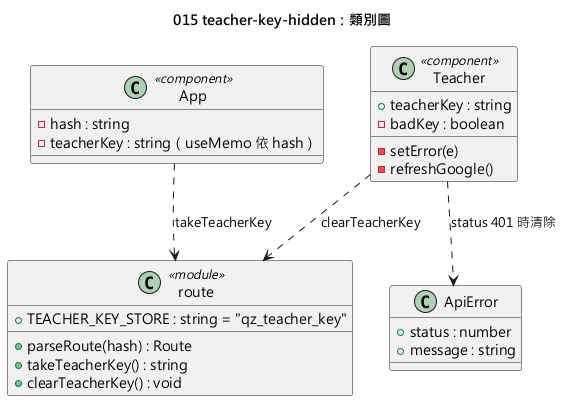
Earlier version of the PlantUML export diagrams/015-teacher-key-hidden-class.png (yue083139/software_fin-speckit). Source of this version:
```plantuml
@startuml 015-teacher-key-hidden-class
skinparamlocked defaultFontName Microsoft JhengHei
title 015 teacher-key-hidden：類別圖

class route <<module>> {
  +TEACHER_KEY_STORE : string = "qz_teacher_key"
  +parseRoute(hash) : Route
  +takeTeacherKey() : string
  +clearTeacherKey() : void
}
class App <<component>> {
  -hash : string
  -teacherKey : string（useMemo 依 hash）
}
class Teacher <<component>> {
  +teacherKey : string
  -badKey : boolean
  -setError(e)
  -refreshGoogle()
}
class ApiError {
  +status : number
  +message : string
}
App ..> route : takeTeacherKey
Teacher ..> route : clearTeacherKey
Teacher ..> ApiError : status 401 時清除
@enduml
```
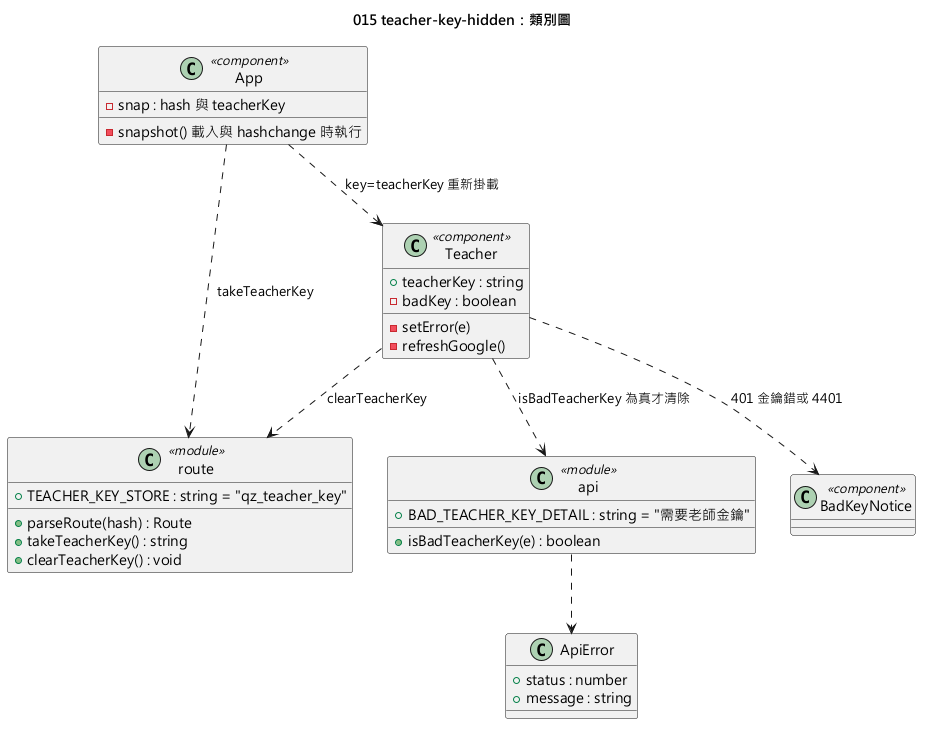
The same file after the commit.

What changed in the source:
```diff
@@ -9,8 +9,12 @@
   +clearTeacherKey() : void
 }
 class App <<component>> {
-  -hash : string
-  -teacherKey : string（useMemo 依 hash）
+  -snap : hash 與 teacherKey
+  -snapshot() 載入與 hashchange 時執行
+}
+class api <<module>> {
+  +BAD_TEACHER_KEY_DETAIL : string = "需要老師金鑰"
+  +isBadTeacherKey(e) : boolean
 }
 class Teacher <<component>> {
   +teacherKey : string
@@ -18,11 +22,15 @@
   -setError(e)
   -refreshGoogle()
 }
+class BadKeyNotice <<component>>
 class ApiError {
   +status : number
   +message : string
 }
 App ..> route : takeTeacherKey
 Teacher ..> route : clearTeacherKey
-Teacher ..> ApiError : status 401 時清除
+Teacher ..> api : isBadTeacherKey 為真才清除
+Teacher ..> BadKeyNotice : 401 金鑰錯或 4401
+api ..> ApiError
+App ..> Teacher : key=teacherKey 重新掛載
 @enduml
```
